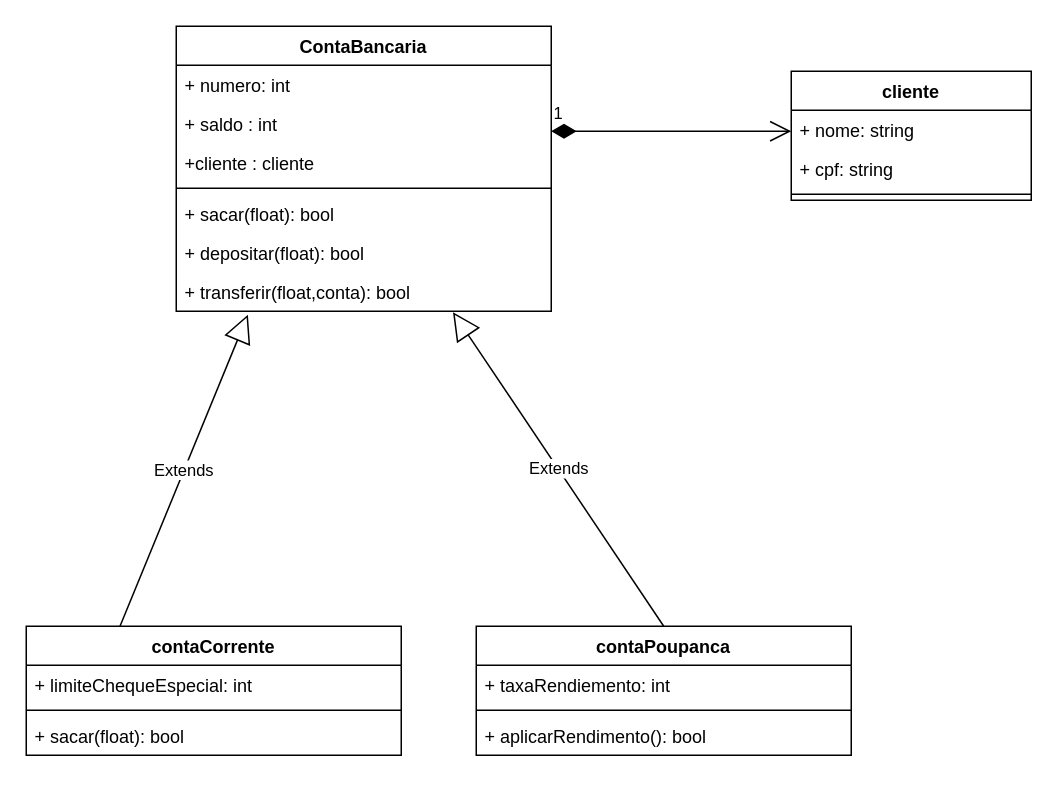
Before: aulas/projetoContaBancaria/contas-bancarias.drawio in LuisgrbDev/AulasJs, a draw.io diagram. Source tidied: cells renumbered, new cells numbered last; positions are measured from the earlier drawing's top-left corner, leaving out a move shared by most shapes. Both pictures are drawn from the tidied source at 150%, with x=0, y=0 at pixel (26, 26).
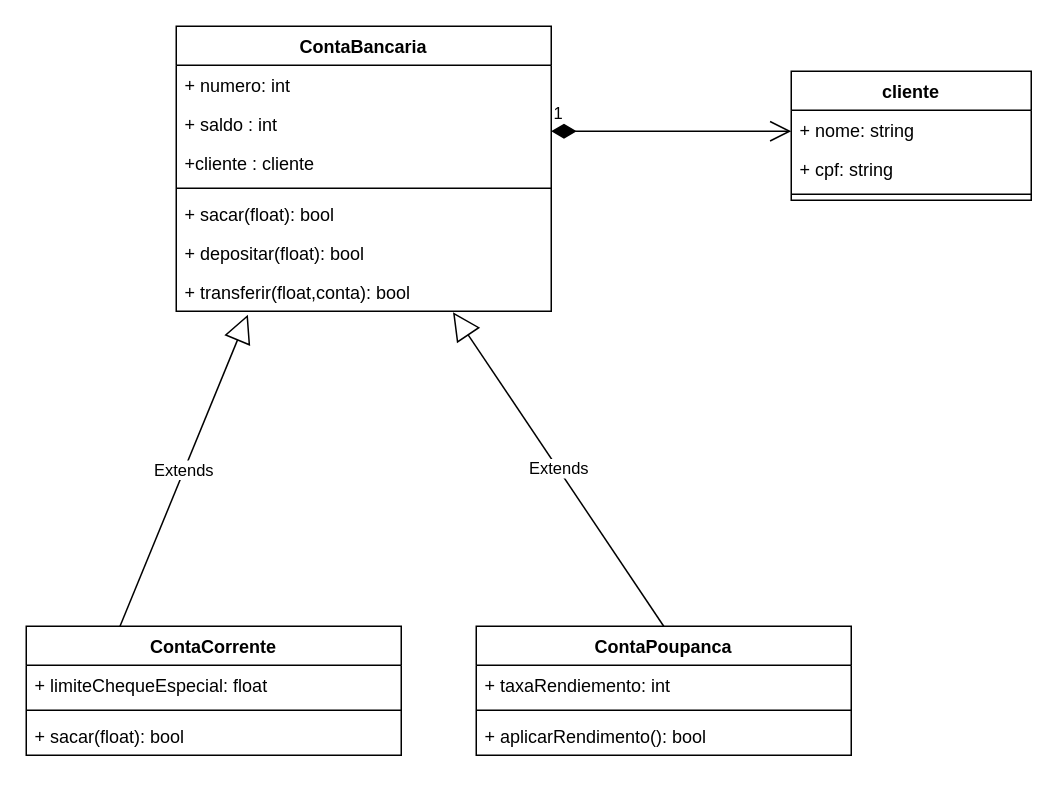
After the change.

Commit message (it also covers changes not shown here):
Projeto conta Bancaria - Diagrama e estrutura

Change to the diagram source:
```diff
@@
-    <mxCell id="15" value="contaCorrente" style="swimlane;fontStyle=1;align=center;verticalAlign=top;horizontal=1;startSize=26;" parent="1" vertex="1">
+    <mxCell id="15" value="ContaCorrente" style="swimlane;fontStyle=1;align=center;verticalAlign=top;horizontal=1;startSize=26;" parent="1" vertex="1">
       <mxGeometry y="400" width="250" height="86" as="geometry" />
     </mxCell>
-    <mxCell id="16" value="+ limiteChequeEspecial: int" style="text;strokeColor=none;fillColor=none;align=left;verticalAlign=top;spacingLeft=4;spacingRight=4;overflow=hidden;" parent="15" vertex="1">
+    <mxCell id="16" value="+ limiteChequeEspecial: float" style="text;strokeColor=none;fillColor=none;align=left;verticalAlign=top;spacingLeft=4;spacingRight=4;overflow=hidden;" parent="15" vertex="1">
       <mxGeometry y="26" width="250" height="26" as="geometry" />
     </mxCell>
@@
-    <mxCell id="20" value="contaPoupanca" style="swimlane;fontStyle=1;align=center;verticalAlign=top;horizontal=1;startSize=26;" parent="1" vertex="1">
+    <mxCell id="20" value="ContaPoupanca" style="swimlane;fontStyle=1;align=center;verticalAlign=top;horizontal=1;startSize=26;" parent="1" vertex="1">
       <mxGeometry x="300" y="400" width="250" height="86" as="geometry" />
     </mxCell>
```
